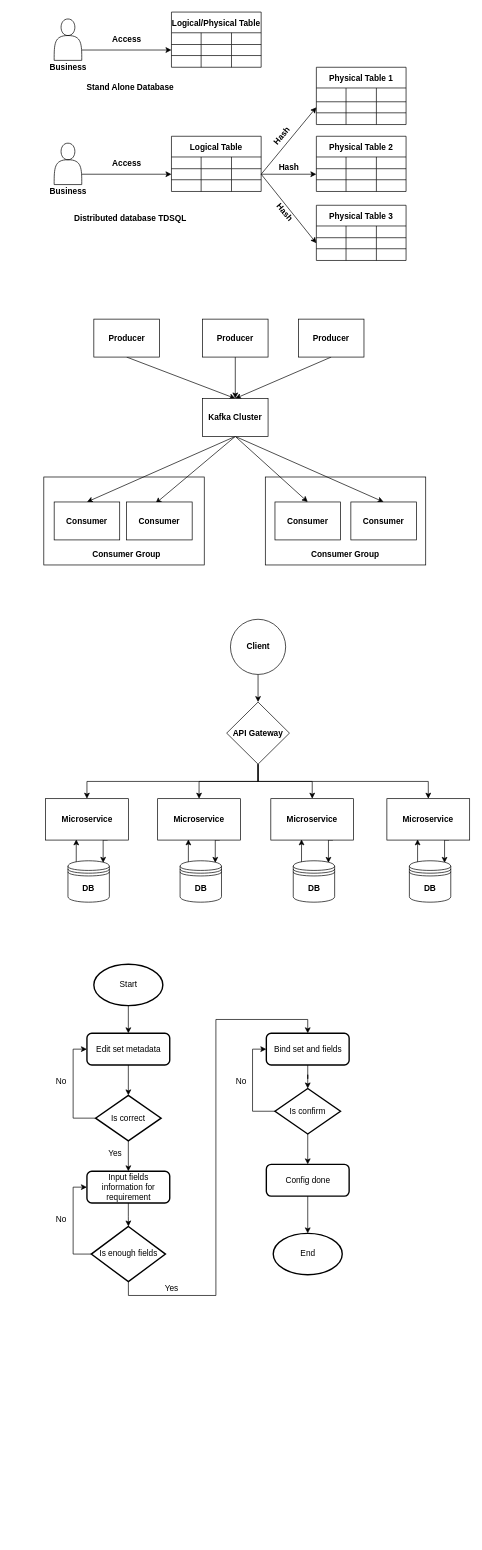
The draw.io diagram Untitled Diagram.drawio in dylan-club/testgit, before the edit. Source tidied: cells renumbered, new cells numbered last; positions are measured from the earlier drawing's top-left corner, leaving out a move shared by most shapes. Both pictures are drawn from the tidied source at 69%, with x=0, y=0 at pixel (43, 12).
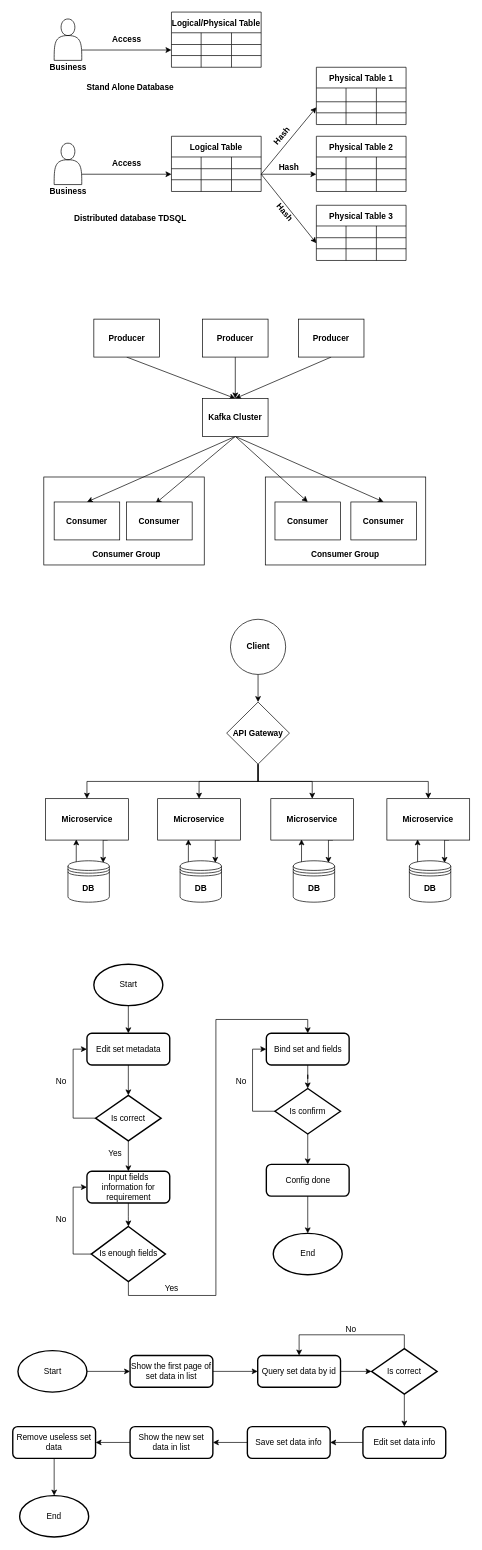
After the change.

Change to the diagram source:
```diff
@@
+    <mxCell id="150" style="edgeStyle=orthogonalEdgeStyle;rounded=0;jettySize=auto;html=1;exitX=1;exitY=0.5;exitDx=0;exitDy=0;exitPerimeter=0;entryX=0;entryY=0.5;entryDx=0;entryDy=0;" parent="1" edge="1" source="151" target="153">
+      <mxGeometry relative="1" as="geometry" />
+    </mxCell>
+    <mxCell id="151" value="Start" style="strokeWidth=2;html=1;shape=mxgraph.flowchart.start_1;whiteSpace=wrap;" parent="1" vertex="1">
+      <mxGeometry x="-37.5" y="1940" width="100" height="60" as="geometry" />
+    </mxCell>
+    <mxCell id="152" style="edgeStyle=orthogonalEdgeStyle;rounded=0;jettySize=auto;html=1;exitX=1;exitY=0.5;exitDx=0;exitDy=0;entryX=0;entryY=0.5;entryDx=0;entryDy=0;" parent="1" edge="1" source="153" target="155">
+      <mxGeometry relative="1" as="geometry" />
+    </mxCell>
+    <mxCell id="153" value="Show the first page of set data in list" style="rounded=1;whiteSpace=wrap;html=1;absoluteArcSize=1;arcSize=14;strokeWidth=2;" parent="1" vertex="1">
+      <mxGeometry x="125" y="1947" width="120" height="46" as="geometry" />
+    </mxCell>
+    <mxCell id="154" style="edgeStyle=orthogonalEdgeStyle;rounded=0;jettySize=auto;html=1;exitX=1;exitY=0.5;exitDx=0;exitDy=0;entryX=0;entryY=0.5;entryDx=0;entryDy=0;entryPerimeter=0;" parent="1" edge="1" source="155" target="158">
+      <mxGeometry relative="1" as="geometry" />
+    </mxCell>
+    <mxCell id="155" value="Query set data by id" style="rounded=1;whiteSpace=wrap;html=1;absoluteArcSize=1;arcSize=14;strokeWidth=2;" parent="1" vertex="1">
+      <mxGeometry x="310" y="1947" width="120" height="46" as="geometry" />
+    </mxCell>
+    <mxCell id="156" style="edgeStyle=orthogonalEdgeStyle;rounded=0;jettySize=auto;html=1;exitX=0.5;exitY=0;exitDx=0;exitDy=0;exitPerimeter=0;entryX=0.5;entryY=0;entryDx=0;entryDy=0;" parent="1" edge="1" source="158" target="155">
+      <mxGeometry relative="1" as="geometry" />
+    </mxCell>
+    <mxCell id="157" style="edgeStyle=orthogonalEdgeStyle;rounded=0;jettySize=auto;html=1;exitX=0.5;exitY=1;exitDx=0;exitDy=0;exitPerimeter=0;" parent="1" edge="1" source="158" target="161">
+      <mxGeometry relative="1" as="geometry" />
+    </mxCell>
+    <mxCell id="158" value="Is correct" style="strokeWidth=2;html=1;shape=mxgraph.flowchart.decision;whiteSpace=wrap;" parent="1" vertex="1">
+      <mxGeometry x="475" y="1937" width="95" height="66" as="geometry" />
+    </mxCell>
+    <mxCell id="159" value="No" style="text;html=1;align=center;verticalAlign=middle;strokeColor=none;fillColor=none;" parent="1" vertex="1">
+      <mxGeometry x="430" y="1900" width="30" height="20" as="geometry" />
+    </mxCell>
+    <mxCell id="160" style="edgeStyle=orthogonalEdgeStyle;rounded=0;jettySize=auto;html=1;exitX=0;exitY=0.5;exitDx=0;exitDy=0;" parent="1" edge="1" source="161" target="163">
+      <mxGeometry relative="1" as="geometry" />
+    </mxCell>
+    <mxCell id="161" value="Edit set data info" style="rounded=1;whiteSpace=wrap;html=1;absoluteArcSize=1;arcSize=14;strokeWidth=2;" parent="1" vertex="1">
+      <mxGeometry x="462.5" y="2050" width="120" height="46" as="geometry" />
+    </mxCell>
+    <mxCell id="162" style="edgeStyle=orthogonalEdgeStyle;rounded=0;jettySize=auto;html=1;exitX=0;exitY=0.5;exitDx=0;exitDy=0;" parent="1" edge="1" source="163" target="165">
+      <mxGeometry relative="1" as="geometry" />
+    </mxCell>
+    <mxCell id="163" value="Save set data info" style="rounded=1;whiteSpace=wrap;html=1;absoluteArcSize=1;arcSize=14;strokeWidth=2;" parent="1" vertex="1">
+      <mxGeometry x="295" y="2050" width="120" height="46" as="geometry" />
+    </mxCell>
+    <mxCell id="164" style="edgeStyle=orthogonalEdgeStyle;rounded=0;jettySize=auto;html=1;exitX=0;exitY=0.5;exitDx=0;exitDy=0;entryX=1;entryY=0.5;entryDx=0;entryDy=0;" parent="1" edge="1" source="165" target="167">
+      <mxGeometry relative="1" as="geometry" />
+    </mxCell>
+    <mxCell id="165" value="Show the new set data in list" style="rounded=1;whiteSpace=wrap;html=1;absoluteArcSize=1;arcSize=14;strokeWidth=2;" parent="1" vertex="1">
+      <mxGeometry x="125" y="2050" width="120" height="46" as="geometry" />
+    </mxCell>
+    <mxCell id="166" style="edgeStyle=orthogonalEdgeStyle;rounded=0;jettySize=auto;html=1;exitX=0.5;exitY=1;exitDx=0;exitDy=0;entryX=0.5;entryY=0;entryDx=0;entryDy=0;entryPerimeter=0;" parent="1" edge="1" source="167" target="168">
+      <mxGeometry relative="1" as="geometry" />
+    </mxCell>
+    <mxCell id="167" value="Remove useless set data" style="rounded=1;whiteSpace=wrap;html=1;absoluteArcSize=1;arcSize=14;strokeWidth=2;" parent="1" vertex="1">
+      <mxGeometry x="-45" y="2050" width="120" height="46" as="geometry" />
+    </mxCell>
+    <mxCell id="168" value="End" style="strokeWidth=2;html=1;shape=mxgraph.flowchart.start_1;whiteSpace=wrap;" parent="1" vertex="1">
+      <mxGeometry x="-35" y="2150" width="100" height="60" as="geometry" />
+    </mxCell>
```
